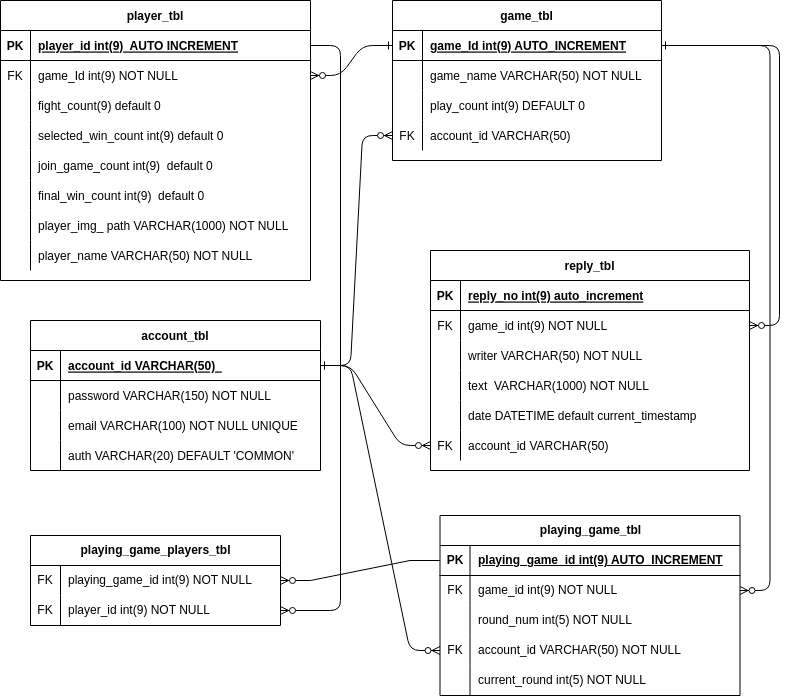
Above: diagram/erd.png in java-4th-team-project-2023/world-cup (draw.io), before the change. Source tidied: cells renumbered, new cells last; positions are measured from the earlier drawing's top-left corner, leaving out a move shared by most shapes.
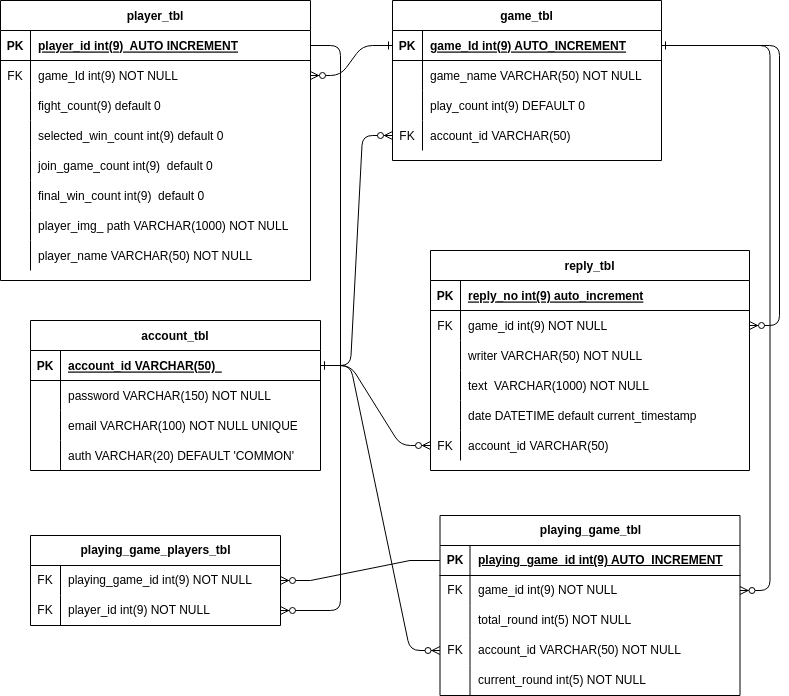
After the change.

Diff of the diagram source:
```diff
@@ -251,7 +251,7 @@
     <mxCell id="84" style="shape=partialRectangle;fillColor=none;top=0;left=0;bottom=0;right=0;overflow=hidden;whiteSpace=wrap;html=1;" parent="83" vertex="1">
       <mxGeometry width="30" height="30" as="geometry" />
     </mxCell>
-    <mxCell id="85" value="round_num int(5) NOT NULL" style="shape=partialRectangle;fillColor=none;top=0;left=0;bottom=0;right=0;align=left;spacingLeft=6;overflow=hidden;whiteSpace=wrap;html=1;" parent="83" vertex="1">
+    <mxCell id="85" value="total_round int(5) NOT NULL" style="shape=partialRectangle;fillColor=none;top=0;left=0;bottom=0;right=0;align=left;spacingLeft=6;overflow=hidden;whiteSpace=wrap;html=1;" parent="83" vertex="1">
       <mxGeometry x="30" width="270" height="30" as="geometry" />
     </mxCell>
     <mxCell id="86" style="shape=tableRow;horizontal=0;startSize=0;swimlaneHead=0;swimlaneBody=0;fillColor=none;points=[[0,0.5],[1,0.5]];portConstraint=eastwest;top=0;left=0;right=0;bottom=0;" parent="76" vertex="1">
```
